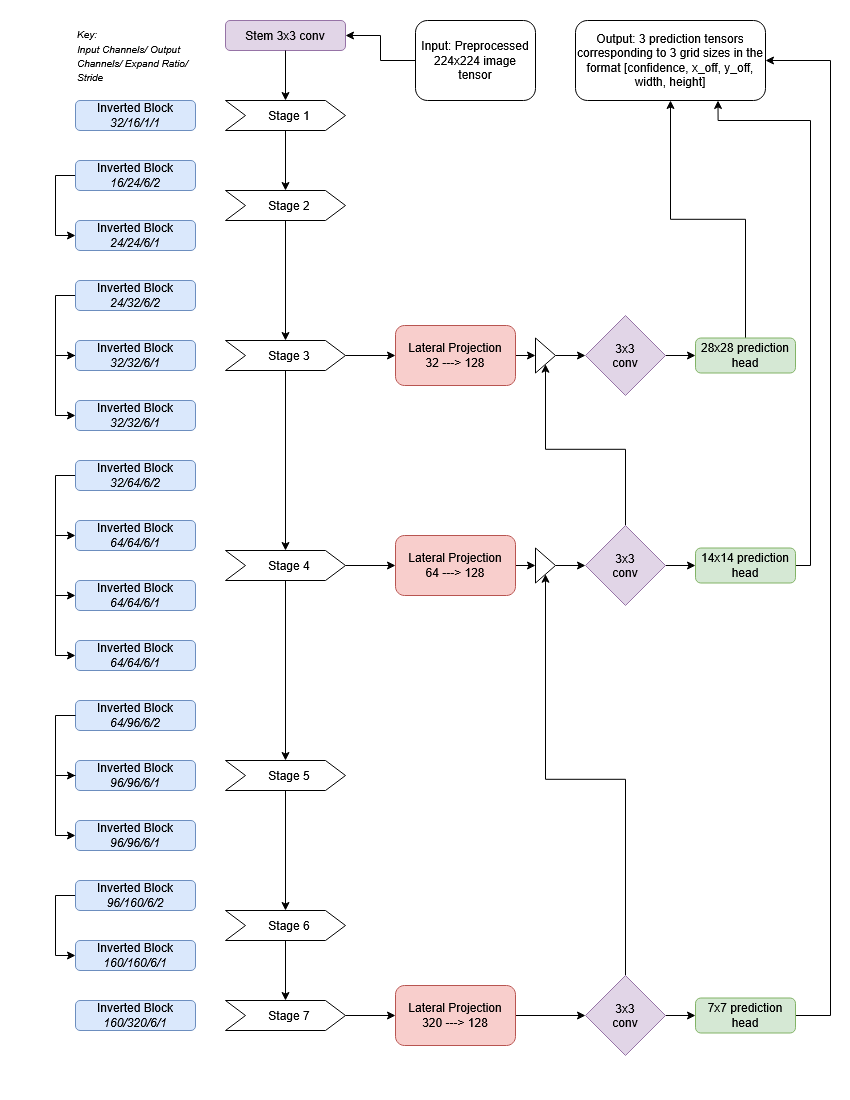
Above: src/Student_CNN/teacher_model/teacher_architecture.png in j0s-d/Student_CNN (draw.io), before the change. Source tidied: cells renumbered, new cells last; positions are measured from the earlier drawing's top-left corner, leaving out a move shared by most shapes.
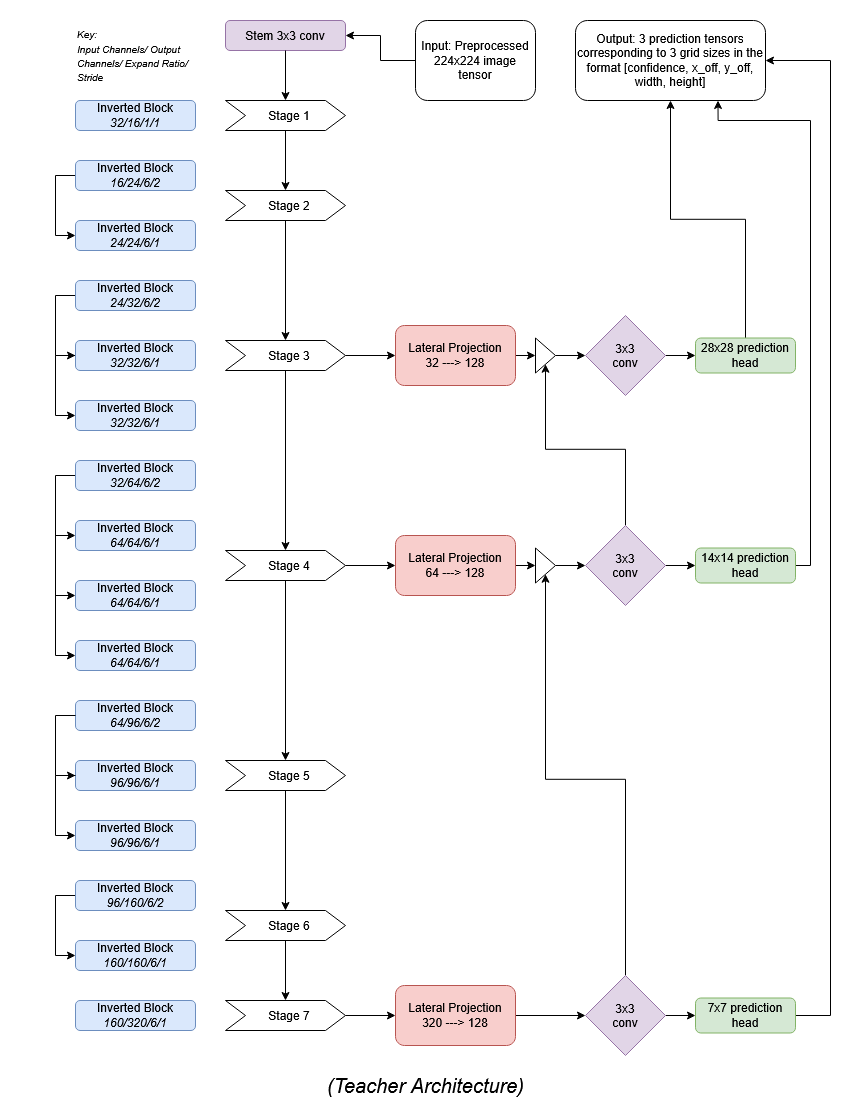
Above is the later version.

Commit message:
Updated model architectures

The edit, as a diff of the source:
```diff
@@ -245,5 +245,8 @@
     <mxCell id="72" value="&lt;div&gt;Output: 3 prediction tensors corresponding to 3 grid sizes in the format [confidence, x_off, y_off, width, height]&lt;/div&gt;" style="rounded=1;whiteSpace=wrap;html=1;" parent="1" vertex="1">
       <mxGeometry x="520" width="190" height="80" as="geometry" />
     </mxCell>
+    <mxCell id="73" value="&lt;font style=&quot;font-size: 20px;&quot;&gt;&lt;i&gt;(Teacher Architecture)&lt;/i&gt;&lt;/font&gt;" style="text;html=1;whiteSpace=wrap;strokeColor=none;fillColor=none;align=center;verticalAlign=middle;rounded=0;" parent="1" vertex="1">
+      <mxGeometry x="243" y="1050" width="255" height="30" as="geometry" />
+    </mxCell>
   </root>
 </mxGraphModel>
```
